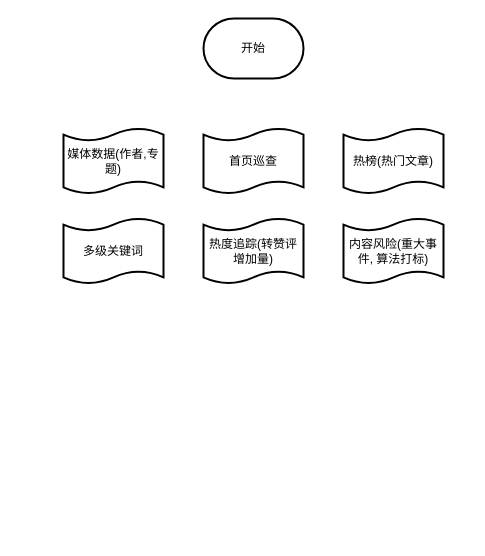
Above: Untitled Diagram.drawio in iqyeah/book (draw.io), before the change. Source tidied: cells renumbered, new cells numbered last; positions are measured from the earlier drawing's top-left corner, leaving out a move shared by most shapes. Both pictures are drawn from the tidied source at 100%, with x=0, y=0 at pixel (63, 18).
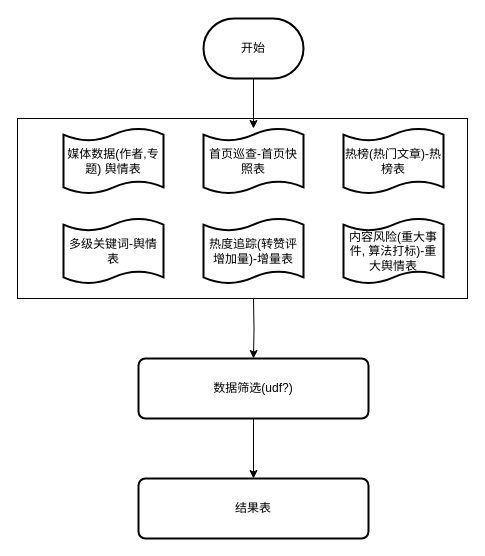
After the change.

What changed in the source:
```diff
@@
 <mxGraphModel>
   <root>
     <mxCell id="0" />
     <mxCell id="1" parent="0" />
+    <mxCell id="9" style="rounded=0;whiteSpace=wrap;html=1;" parent="1" vertex="1">
+      <mxGeometry x="-46" y="100" width="450" height="180" as="geometry" />
+    </mxCell>
+    <mxCell id="10" style="edgeStyle=orthogonalEdgeStyle;rounded=0;jettySize=auto;html=1;" parent="1" edge="1" source="2" target="4">
+      <mxGeometry relative="1" as="geometry" />
+    </mxCell>
     <mxCell id="2" value="开始" style="strokeWidth=2;html=1;shape=mxgraph.flowchart.terminator;whiteSpace=wrap;" parent="1" vertex="1">
       <mxGeometry x="140" width="100" height="60" as="geometry" />
     </mxCell>
-    <mxCell id="3" value="媒体数据(作者,专题)" style="shape=tape;whiteSpace=wrap;html=1;strokeWidth=2;size=0.19;" parent="1" vertex="1">
+    <mxCell id="3" value="媒体数据(作者,专题) 舆情表" style="shape=tape;whiteSpace=wrap;html=1;strokeWidth=2;size=0.19;" parent="1" vertex="1">
       <mxGeometry y="110" width="100" height="65" as="geometry" />
     </mxCell>
-    <mxCell id="4" value="首页巡查" style="shape=tape;whiteSpace=wrap;html=1;strokeWidth=2;size=0.19;" parent="1" vertex="1">
+    <mxCell id="4" value="首页巡查-首页快照表" style="shape=tape;whiteSpace=wrap;html=1;strokeWidth=2;size=0.19;" parent="1" vertex="1">
       <mxGeometry x="140" y="110" width="100" height="65" as="geometry" />
     </mxCell>
-    <mxCell id="5" value="热榜(热门文章)" style="shape=tape;whiteSpace=wrap;html=1;strokeWidth=2;size=0.19;" parent="1" vertex="1">
+    <mxCell id="5" value="热榜(热门文章)-热榜表" style="shape=tape;whiteSpace=wrap;html=1;strokeWidth=2;size=0.19;" parent="1" vertex="1">
       <mxGeometry x="280" y="110" width="100" height="65" as="geometry" />
     </mxCell>
-    <mxCell id="6" value="内容风险(重大事件, 算法打标)" style="shape=tape;whiteSpace=wrap;html=1;strokeWidth=2;size=0.19;" parent="1" vertex="1">
+    <mxCell id="6" value="内容风险(重大事件, 算法打标)-重大舆情表" style="shape=tape;whiteSpace=wrap;html=1;strokeWidth=2;size=0.19;" parent="1" vertex="1">
       <mxGeometry x="280" y="200" width="100" height="65" as="geometry" />
     </mxCell>
-    <mxCell id="7" value="多级关键词" style="shape=tape;whiteSpace=wrap;html=1;strokeWidth=2;size=0.19;" parent="1" vertex="1">
+    <mxCell id="7" value="多级关键词-舆情表" style="shape=tape;whiteSpace=wrap;html=1;strokeWidth=2;size=0.19;" parent="1" vertex="1">
       <mxGeometry y="200" width="100" height="65" as="geometry" />
     </mxCell>
+    <mxCell id="11" style="edgeStyle=orthogonalEdgeStyle;rounded=0;jettySize=auto;html=1;" parent="1" edge="1" target="13">
+      <mxGeometry relative="1" as="geometry">
+        <mxPoint x="190" y="280" as="sourcePoint" />
+      </mxGeometry>
+    </mxCell>
-    <mxCell id="8" value="热度追踪(转赞评增加量)" style="shape=tape;whiteSpace=wrap;html=1;strokeWidth=2;size=0.19;" parent="1" vertex="1">
+    <mxCell id="8" value="热度追踪(转赞评增加量)-增量表" style="shape=tape;whiteSpace=wrap;html=1;strokeWidth=2;size=0.19;" parent="1" vertex="1">
       <mxGeometry x="140" y="200" width="100" height="65" as="geometry" />
     </mxCell>
+    <mxCell id="12" style="edgeStyle=orthogonalEdgeStyle;rounded=0;jettySize=auto;html=1;" parent="1" edge="1" source="13" target="14">
+      <mxGeometry relative="1" as="geometry" />
+    </mxCell>
+    <mxCell id="13" value="数据筛选(udf?)" style="rounded=1;whiteSpace=wrap;html=1;absoluteArcSize=1;arcSize=14;strokeWidth=2;" parent="1" vertex="1">
+      <mxGeometry x="75" y="340" width="230" height="60" as="geometry" />
+    </mxCell>
+    <mxCell id="14" value="结果表" style="rounded=1;whiteSpace=wrap;html=1;absoluteArcSize=1;arcSize=14;strokeWidth=2;" parent="1" vertex="1">
+      <mxGeometry x="75" y="460" width="230" height="60" as="geometry" />
+    </mxCell>
   </root>
 </mxGraphModel>
```
